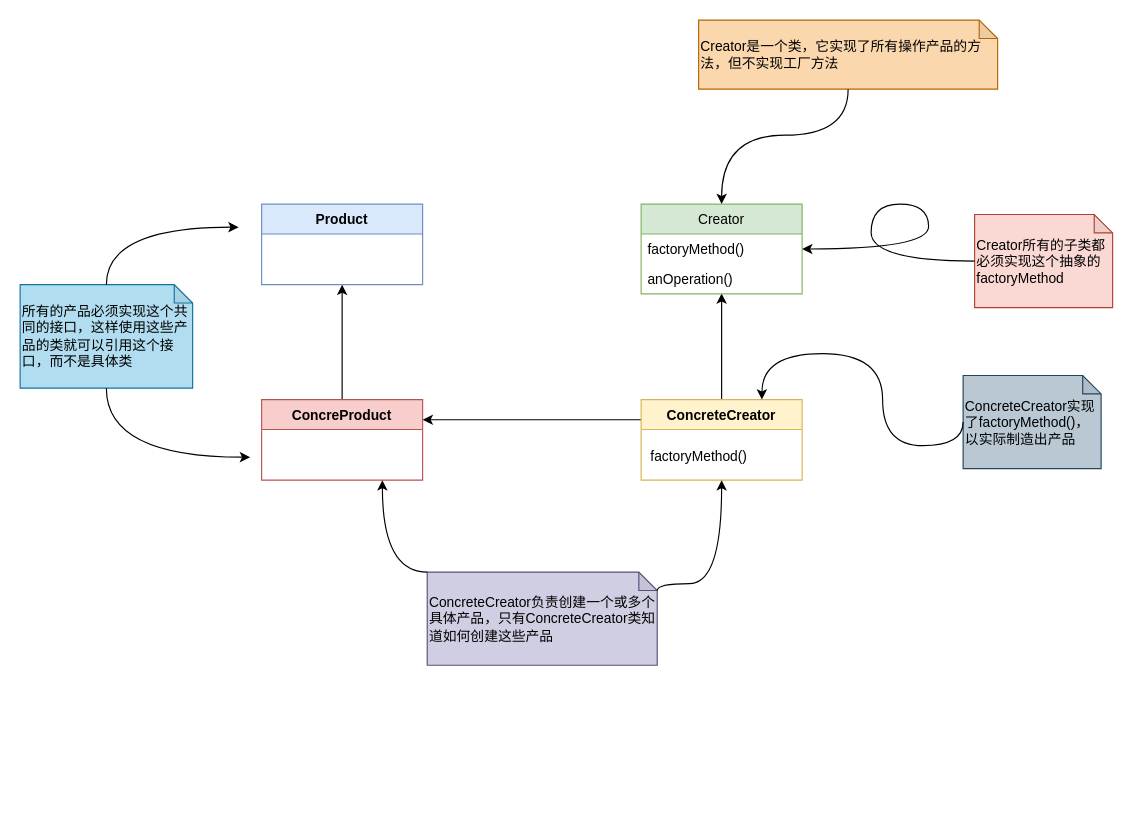
Above: 图表文件/设计模式/工厂方法模式.drawio in Syske/person-learning-note (draw.io), before the change. Source tidied: cells renumbered, new cells numbered last; positions are measured from the earlier drawing's top-left corner, leaving out a move shared by most shapes. Both pictures are drawn from the tidied source at 115%, with x=0, y=0 at pixel (20, 20).
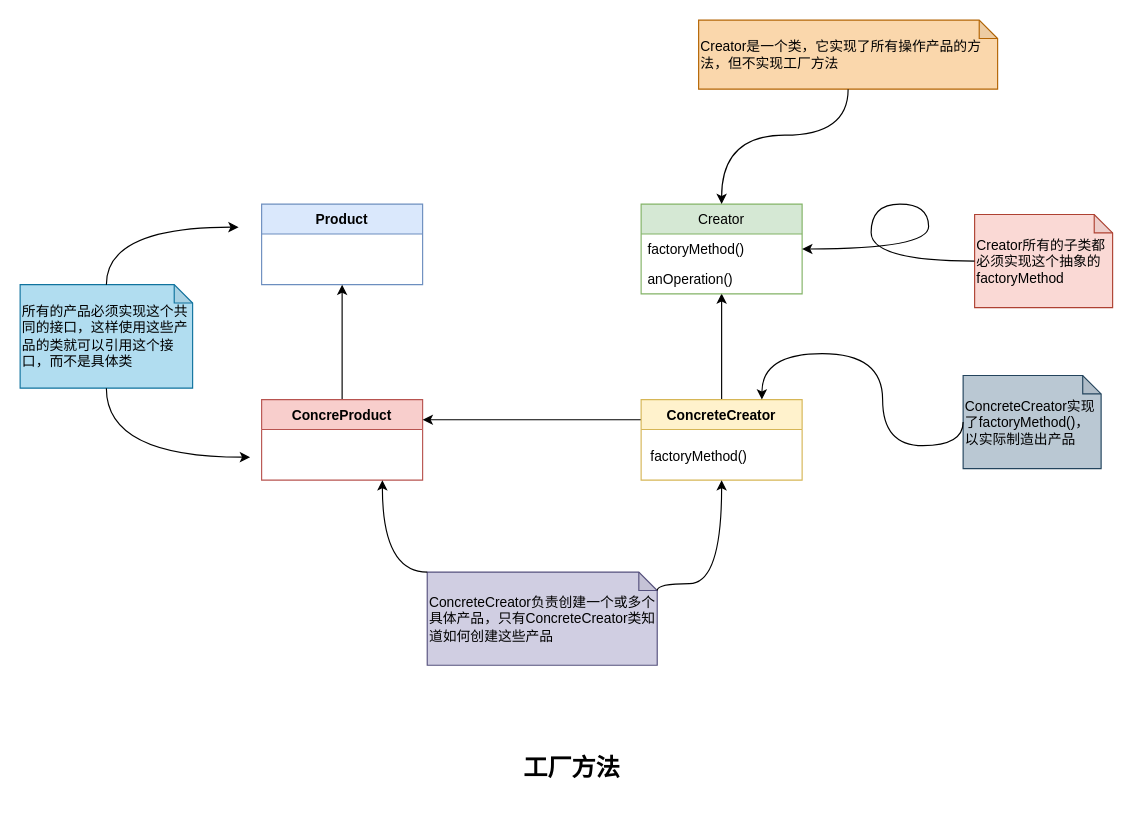
The same page after the edit.

The edit, as a diff of the source:
```diff
@@
+    <mxCell id="24" value="工厂方法" style="text;html=1;strokeColor=none;fillColor=none;align=center;verticalAlign=middle;whiteSpace=wrap;rounded=0;fontSize=21;fontStyle=1;" parent="1" vertex="1">
+      <mxGeometry x="400" y="620" width="160" height="60" as="geometry" />
+    </mxCell>
```
